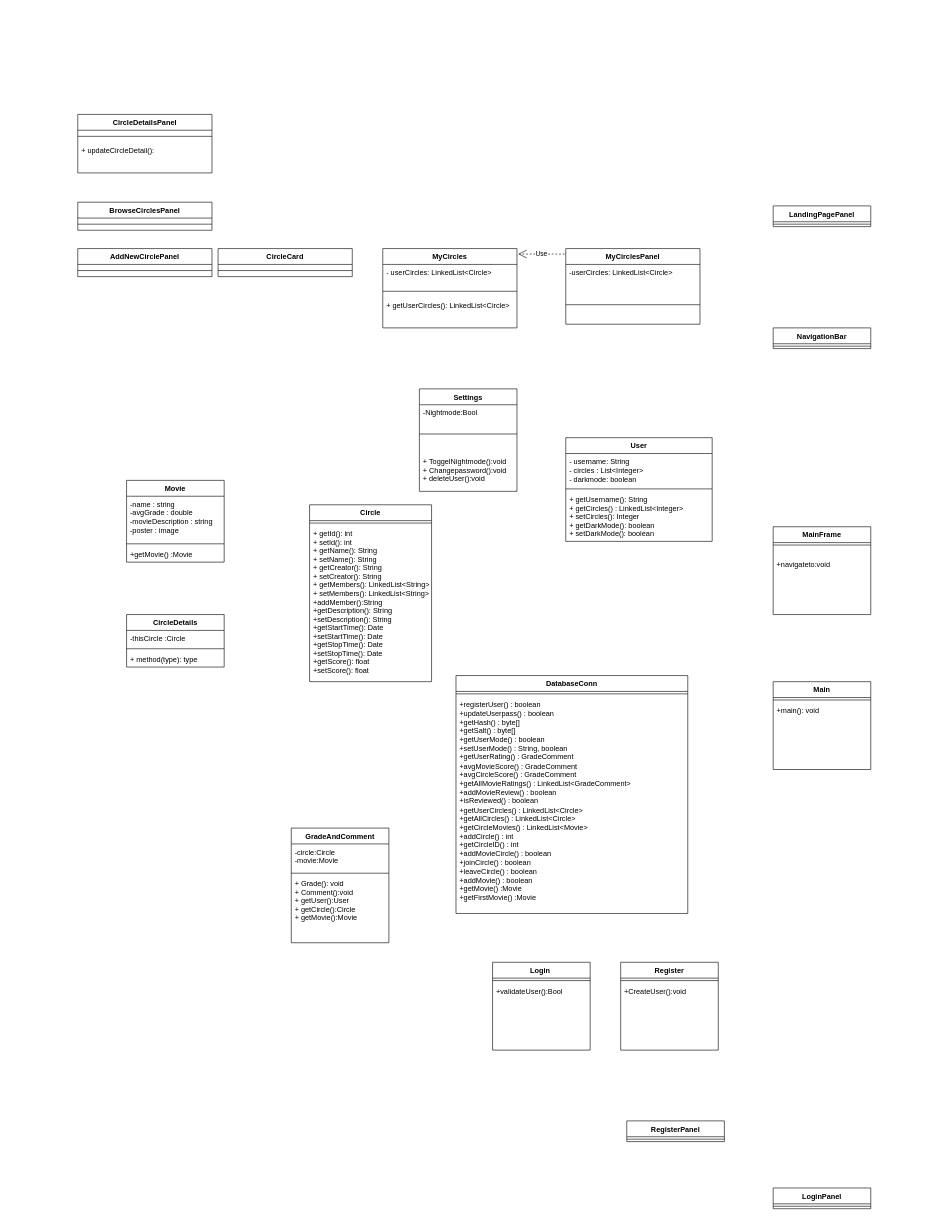
Earlier version of the draw.io diagram Diagrams/UML.drawio (johanbergfalk/DAT055_circles). Source tidied: cells renumbered, new cells numbered last; positions are measured from the earlier drawing's top-left corner, leaving out a move shared by most shapes. Both pictures are drawn from the tidied source at 61%, with x=0, y=0 at pixel (77, 114).
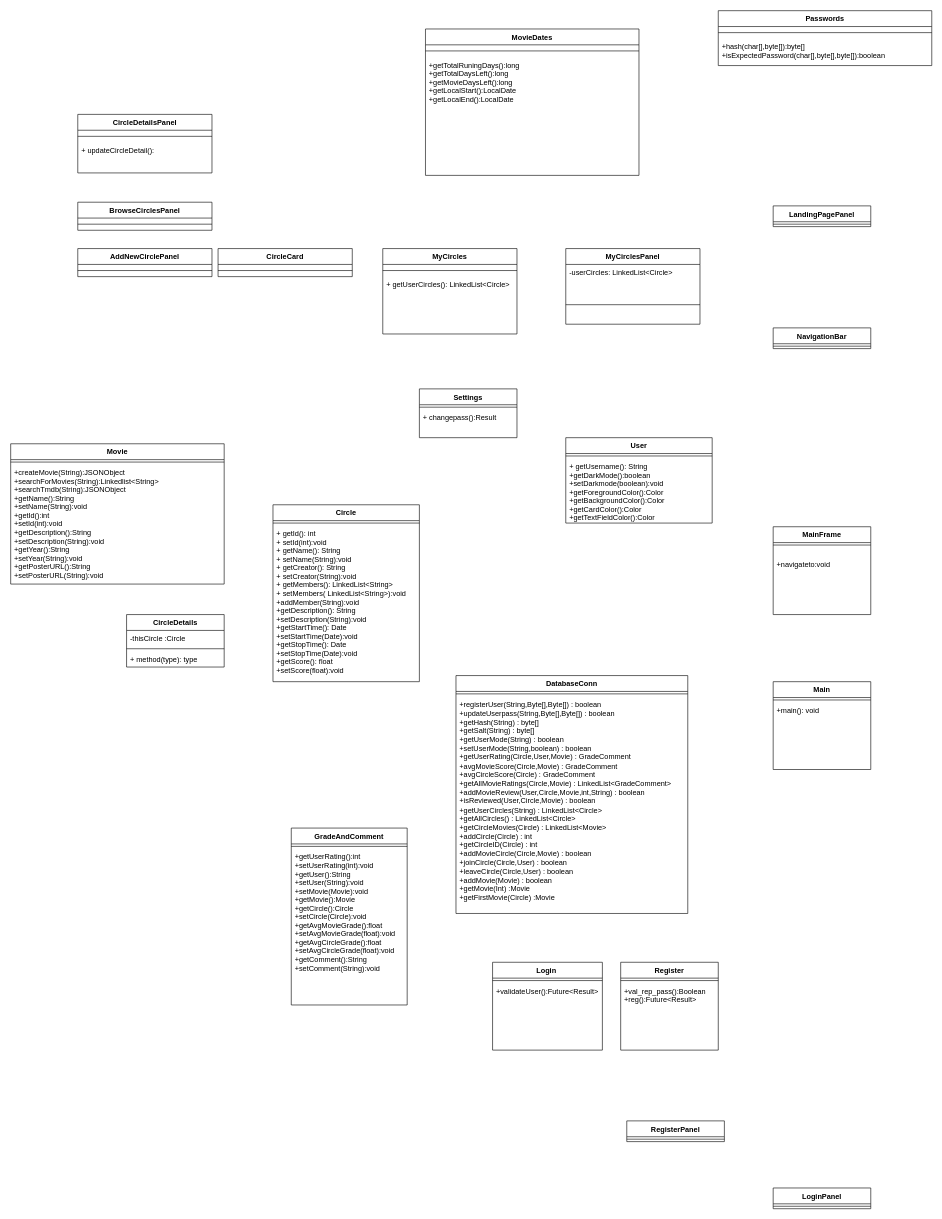
The same page after the edit.

Unchanged cells that the change refers to:
```xml
<mxCell id="2" value="DatabaseConn" style="swimlane;fontStyle=1;align=center;verticalAlign=top;horizontal=1;startSize=26;" parent="1" vertex="1">
  <mxGeometry x="620" y="920" width="380" height="390" as="geometry" />
</mxCell>
<mxCell id="38" value="Register" style="swimlane;fontStyle=1;align=center;verticalAlign=top;horizontal=1;startSize=26;" parent="1" vertex="1">
  <mxGeometry x="890" y="1390" width="160" height="144" as="geometry" />
</mxCell>
```

What changed in the source:
```diff
@@
-    <mxCell id="4" value="+registerUser() : boolean&#10;+updateUserpass() : boolean&#10;+getHash() : byte[]&#10;+getSalt() : byte[]&#10;+getUserMode() : boolean&#10;+setUserMode() : String, boolean&#10;+getUserRating() : GradeComment&#10;+avgMovieScore() : GradeComment&#10;+avgCircleScore() : GradeComment&#10;+getAllMovieRatings() : LinkedList&lt;GradeComment&gt;&#10;+addMovieReview() : boolean&#10;+isReviewed() : boolean&#10;+getUserCircles() : LinkedList&lt;Circle&gt;&#10;+getAllCircles() : LinkedList&lt;Circle&gt;&#10;+getCircleMovies() : LinkedList&lt;Movie&gt;&#10;+addCircle() : int&#10;+getCircleID() : int&#10;+addMovieCircle() : boolean&#10;+joinCircle() : boolean&#10;+leaveCircle() : boolean&#10;+addMovie() : boolean&#10;+getMovie() :Movie&#10;+getFirstMovie() :Movie&#10;&#10;&#10;&#10;" style="text;strokeColor=none;fillColor=none;align=left;verticalAlign=top;spacingLeft=4;spacingRight=4;overflow=hidden;whiteSpace=wrap;" parent="2" vertex="1">
+    <mxCell id="4" value="+registerUser(String,Byte[],Byte[]) : boolean&#10;+updateUserpass(String,Byte[],Byte[]) : boolean&#10;+getHash(String) : byte[]&#10;+getSalt(String) : byte[]&#10;+getUserMode(String) : boolean&#10;+setUserMode(String,boolean) : boolean&#10;+getUserRating(Circle,User,Movie) : GradeComment&#10;+avgMovieScore(Circle,Movie) : GradeComment&#10;+avgCircleScore(Circle) : GradeComment&#10;+getAllMovieRatings(Circle,Movie) : LinkedList&lt;GradeComment&gt;&#10;+addMovieReview(User,Circle,Movie,int,String) : boolean&#10;+isReviewed(User,Circle,Movie) : boolean&#10;+getUserCircles(String) : LinkedList&lt;Circle&gt;&#10;+getAllCircles() : LinkedList&lt;Circle&gt;&#10;+getCircleMovies(Circle) : LinkedList&lt;Movie&gt;&#10;+addCircle(Circle) : int&#10;+getCircleID(Circle) : int&#10;+addMovieCircle(Circle,Movie) : boolean&#10;+joinCircle(Circle,User) : boolean&#10;+leaveCircle(Circle,User) : boolean&#10;+addMovie(Movie) : boolean&#10;+getMovie(Int) :Movie&#10;+getFirstMovie(Circle) :Movie&#10;&#10;&#10;&#10;" style="text;strokeColor=none;fillColor=none;align=left;verticalAlign=top;spacingLeft=4;spacingRight=4;overflow=hidden;whiteSpace=wrap;" parent="2" vertex="1">
       <mxGeometry y="34" width="380" height="356" as="geometry" />
     </mxCell>
     <mxCell id="5" value="Circle" style="swimlane;fontStyle=1;align=center;verticalAlign=top;horizontal=1;startSize=26;" parent="1" vertex="1">
-      <mxGeometry x="380" y="640" width="200" height="290" as="geometry" />
+      <mxGeometry x="320" y="640" width="240" height="290" as="geometry" />
     </mxCell>
     <mxCell id="6" style="line;strokeWidth=1;fillColor=none;align=left;verticalAlign=middle;spacingTop=-1;spacingLeft=3;spacingRight=3;labelPosition=right;" parent="5" vertex="1">
-      <mxGeometry y="26" width="200" height="8" as="geometry" />
+      <mxGeometry y="26" width="240" height="8" as="geometry" />
     </mxCell>
-    <mxCell id="7" value="+ getId(): int&#10;+ setId(): int&#10;+ getName(): String&#10;+ setName(): String&#10;+ getCreator(): String&#10;+ setCreator(): String&#10;+ getMembers(): LinkedList&lt;String&gt;&#10;+ setMembers(): LinkedList&lt;String&gt;&#10;+addMember():String&#10;+getDescription(): String&#10;+setDescription(): String&#10;+getStartTime(): Date&#10;+setStartTime(): Date&#10;+getStopTime(): Date&#10;+setStopTime(): Date&#10;+getScore(): float&#10;+setScore(): float&#10;" style="text;strokeColor=none;fillColor=none;align=left;verticalAlign=top;spacingLeft=4;spacingRight=4;overflow=hidden;" parent="5" vertex="1">
-      <mxGeometry y="34" width="200" height="256" as="geometry" />
+    <mxCell id="7" value="+ getId(): int&#10;+ setId(int):void&#10;+ getName(): String&#10;+ setName(String):void&#10;+ getCreator(): String&#10;+ setCreator(String):void&#10;+ getMembers(): LinkedList&lt;String&gt;&#10;+ setMembers( LinkedList&lt;String&gt;):void&#10;+addMember(String):void&#10;+getDescription(): String&#10;+setDescription(String):void&#10;+getStartTime(): Date&#10;+setStartTime(Date):void&#10;+getStopTime(): Date&#10;+setStopTime(Date):void&#10;+getScore(): float&#10;+setScore(float):void&#10;" style="text;strokeColor=none;fillColor=none;align=left;verticalAlign=top;spacingLeft=4;spacingRight=4;overflow=hidden;" parent="5" vertex="1">
+      <mxGeometry y="34" width="240" height="256" as="geometry" />
     </mxCell>
     <mxCell id="8" value="MyCircles" style="swimlane;fontStyle=1;align=center;verticalAlign=top;horizontal=1;startSize=26;" parent="1" vertex="1">
-      <mxGeometry x="500" y="220" width="220" height="130" as="geometry" />
+      <mxGeometry x="500" y="220" width="220" height="140" as="geometry" />
     </mxCell>
-    <mxCell id="9" value="- userCircles: LinkedList&lt;Circle&gt; &#10;" style="text;strokeColor=none;fillColor=none;align=left;verticalAlign=top;spacingLeft=4;spacingRight=4;overflow=hidden;" parent="8" vertex="1">
-      <mxGeometry y="26" width="220" height="34" as="geometry" />
-    </mxCell>
     <mxCell id="10" style="line;strokeWidth=1;fillColor=none;align=left;verticalAlign=middle;spacingTop=-1;spacingLeft=3;spacingRight=3;labelPosition=right;" parent="8" vertex="1">
-      <mxGeometry y="60" width="220" height="20" as="geometry" />
+      <mxGeometry y="26" width="220" height="20" as="geometry" />
     </mxCell>
-    <mxCell id="11" value="+ getUserCircles(): LinkedList&lt;Circle&gt;" style="text;strokeColor=none;fillColor=none;align=left;verticalAlign=top;spacingLeft=4;spacingRight=4;overflow=hidden;" parent="8" vertex="1">
-      <mxGeometry y="80" width="220" height="50" as="geometry" />
+    <mxCell id="11" value="+ getUserCircles(): LinkedList&lt;Circle&gt;&#10;" style="text;strokeColor=none;fillColor=none;align=left;verticalAlign=top;spacingLeft=4;spacingRight=4;overflow=hidden;" parent="8" vertex="1">
+      <mxGeometry y="46" width="220" height="94" as="geometry" />
     </mxCell>
     <mxCell id="12" value="Movie" style="swimlane;fontStyle=1;align=center;verticalAlign=top;horizontal=1;startSize=26;" parent="1" vertex="1">
-      <mxGeometry x="80" y="600" width="160" height="134" as="geometry" />
+      <mxGeometry x="-110" y="540" width="350" height="230" as="geometry" />
     </mxCell>
-    <mxCell id="13" value="-name : string&#10;-avgGrade : double&#10;-movieDescription : string&#10;-poster : image" style="text;strokeColor=none;fillColor=none;align=left;verticalAlign=top;spacingLeft=4;spacingRight=4;overflow=hidden;" parent="12" vertex="1">
-      <mxGeometry y="26" width="160" height="74" as="geometry" />
-    </mxCell>
     <mxCell id="14" style="line;strokeWidth=1;fillColor=none;align=left;verticalAlign=middle;spacingTop=-1;spacingLeft=3;spacingRight=3;labelPosition=right;" parent="12" vertex="1">
-      <mxGeometry y="100" width="160" height="8" as="geometry" />
+      <mxGeometry y="26" width="350" height="8" as="geometry" />
     </mxCell>
-    <mxCell id="15" value="+getMovie() :Movie" style="text;strokeColor=none;fillColor=none;align=left;verticalAlign=top;spacingLeft=4;spacingRight=4;overflow=hidden;" parent="12" vertex="1">
-      <mxGeometry y="108" width="160" height="26" as="geometry" />
+    <mxCell id="15" value="+createMovie(String):JSONObject&#10;+searchForMovies(String):Linkedlist&lt;String&gt;&#10;+searchTmdb(String):JSONObject&#10;+getName():String&#10;+setName(String):void&#10;+getId():int&#10;+setId(int):void&#10;+getDescription():String&#10;+setDescription(String):void&#10;+getYear():String&#10;+setYear(String):void&#10;+getPosterURL():String&#10;+setPosterURL(String):void&#10;" style="text;strokeColor=none;fillColor=none;align=left;verticalAlign=top;spacingLeft=4;spacingRight=4;overflow=hidden;" parent="12" vertex="1">
+      <mxGeometry y="34" width="350" height="196" as="geometry" />
     </mxCell>
@@
     <mxCell id="20" value="GradeAndComment" style="swimlane;fontStyle=1;align=center;verticalAlign=top;horizontal=1;startSize=26;" parent="1" vertex="1">
-      <mxGeometry x="350" y="1170" width="160" height="188" as="geometry" />
+      <mxGeometry x="350" y="1170" width="190" height="290" as="geometry" />
     </mxCell>
-    <mxCell id="21" value="-circle:Circle&#10;-movie:Movie" style="text;strokeColor=none;fillColor=none;align=left;verticalAlign=top;spacingLeft=4;spacingRight=4;overflow=hidden;" parent="20" vertex="1">
-      <mxGeometry y="26" width="160" height="44" as="geometry" />
-    </mxCell>
     <mxCell id="22" style="line;strokeWidth=1;fillColor=none;align=left;verticalAlign=middle;spacingTop=-1;spacingLeft=3;spacingRight=3;labelPosition=right;" parent="20" vertex="1">
-      <mxGeometry y="70" width="160" height="8" as="geometry" />
+      <mxGeometry y="26" width="190" height="8" as="geometry" />
     </mxCell>
-    <mxCell id="23" value="+ Grade(): void&#10;+ Comment():void&#10;+ getUser():User&#10;+ getCircle():Circle&#10;+ getMovie():Movie" style="text;strokeColor=none;fillColor=none;align=left;verticalAlign=top;spacingLeft=4;spacingRight=4;overflow=hidden;" parent="20" vertex="1">
-      <mxGeometry y="78" width="160" height="110" as="geometry" />
+    <mxCell id="23" value="+getUserRating():int&#10;+setUserRating(int):void&#10;+getUser():String&#10;+setUser(String):void&#10;+setMovie(Movie):void&#10;+getMovie():Movie&#10;+getCircle():Circle&#10;+setCircle(Circle):void&#10;+getAvgMovieGrade():float&#10;+setAvgMovieGrade(float):void&#10;+getAvgCircleGrade():float&#10;+setAvgCircleGrade(float):void&#10;+getComment():String&#10;+setComment(String):void&#10;" style="text;strokeColor=none;fillColor=none;align=left;verticalAlign=top;spacingLeft=4;spacingRight=4;overflow=hidden;" parent="20" vertex="1">
+      <mxGeometry y="34" width="190" height="256" as="geometry" />
     </mxCell>
     <mxCell id="24" value="Settings" style="swimlane;fontStyle=1;align=center;verticalAlign=top;horizontal=1;startSize=26;" parent="1" vertex="1">
-      <mxGeometry x="560" y="450" width="160" height="168" as="geometry" />
+      <mxGeometry x="560" y="450" width="160" height="80" as="geometry" />
     </mxCell>
-    <mxCell id="25" value="-Nightmode:Bool&#10;" style="text;strokeColor=none;fillColor=none;align=left;verticalAlign=top;spacingLeft=4;spacingRight=4;overflow=hidden;" parent="24" vertex="1">
-      <mxGeometry y="26" width="160" height="44" as="geometry" />
-    </mxCell>
     <mxCell id="26" style="line;strokeWidth=1;fillColor=none;align=left;verticalAlign=middle;spacingTop=-1;spacingLeft=3;spacingRight=3;labelPosition=right;" parent="24" vertex="1">
-      <mxGeometry y="70" width="160" height="8" as="geometry" />
+      <mxGeometry y="26" width="160" height="8" as="geometry" />
     </mxCell>
-    <mxCell id="27" value="&#10;&#10;+ ToggelNightmode():void&#10;+ Changepassword():void&#10;+ deleteUser():void&#10;" style="text;strokeColor=none;fillColor=none;align=left;verticalAlign=top;spacingLeft=4;spacingRight=4;overflow=hidden;" parent="24" vertex="1">
-      <mxGeometry y="78" width="160" height="90" as="geometry" />
+    <mxCell id="27" value="+ changepass():Result&#10;&#10;" style="text;strokeColor=none;fillColor=none;align=left;verticalAlign=top;spacingLeft=4;spacingRight=4;overflow=hidden;" parent="24" vertex="1">
+      <mxGeometry y="34" width="160" height="46" as="geometry" />
     </mxCell>
     <mxCell id="28" value="User" style="swimlane;fontStyle=1;align=center;verticalAlign=top;horizontal=1;startSize=26;" parent="1" vertex="1">
-      <mxGeometry x="800" y="530" width="240" height="170" as="geometry" />
+      <mxGeometry x="800" y="530" width="240" height="140" as="geometry" />
     </mxCell>
-    <mxCell id="29" value="- username: String&#10;- circles : List&lt;Integer&gt;&#10;- darkmode: boolean" style="text;strokeColor=none;fillColor=none;align=left;verticalAlign=top;spacingLeft=4;spacingRight=4;overflow=hidden;whiteSpace=wrap;" parent="28" vertex="1">
-      <mxGeometry y="26" width="240" height="54" as="geometry" />
-    </mxCell>
     <mxCell id="30" style="line;strokeWidth=1;fillColor=none;align=left;verticalAlign=middle;spacingTop=-1;spacingLeft=3;spacingRight=3;labelPosition=right;" parent="28" vertex="1">
-      <mxGeometry y="80" width="240" height="8" as="geometry" />
+      <mxGeometry y="26" width="240" height="8" as="geometry" />
     </mxCell>
-    <mxCell id="31" value="+ getUsername(): String&#10;+ getCircles() : LinkedList&lt;Integer&gt; &#10;+ setCircles(): Integer&#10;+ getDarkMode(): boolean&#10;+ setDarkMode(): boolean&#10;" style="text;strokeColor=none;fillColor=none;align=left;verticalAlign=top;spacingLeft=4;spacingRight=4;overflow=hidden;" parent="28" vertex="1">
-      <mxGeometry y="88" width="240" height="82" as="geometry" />
+    <mxCell id="31" value="+ getUsername(): String&#10;+getDarkMode():boolean&#10;+setDarkmode(boolean):void&#10;+getForegroundColor():Color&#10;+getBackgroundColor():Color&#10;+getCardColor():Color&#10;+getTextFieldColor():Color&#10;" style="text;strokeColor=none;fillColor=none;align=left;verticalAlign=top;spacingLeft=4;spacingRight=4;overflow=hidden;" parent="28" vertex="1">
+      <mxGeometry y="34" width="240" height="106" as="geometry" />
     </mxCell>
@@
     <mxCell id="35" value="Login " style="swimlane;fontStyle=1;align=center;verticalAlign=top;horizontal=1;startSize=26;" parent="1" vertex="1">
-      <mxGeometry x="680" y="1390" width="160" height="144" as="geometry" />
+      <mxGeometry x="680" y="1390" width="180" height="144" as="geometry" />
     </mxCell>
     <mxCell id="36" style="line;strokeWidth=1;fillColor=none;align=left;verticalAlign=middle;spacingTop=-1;spacingLeft=3;spacingRight=3;labelPosition=right;" parent="35" vertex="1">
-      <mxGeometry y="26" width="160" height="8" as="geometry" />
+      <mxGeometry y="26" width="180" height="8" as="geometry" />
     </mxCell>
-    <mxCell id="37" value="+validateUser():Bool" style="text;strokeColor=none;fillColor=none;align=left;verticalAlign=top;spacingLeft=4;spacingRight=4;overflow=hidden;" parent="35" vertex="1">
-      <mxGeometry y="34" width="160" height="110" as="geometry" />
+    <mxCell id="37" value="+validateUser():Future&lt;Result&gt;" style="text;strokeColor=none;fillColor=none;align=left;verticalAlign=top;spacingLeft=4;spacingRight=4;overflow=hidden;" parent="35" vertex="1">
+      <mxGeometry y="34" width="180" height="110" as="geometry" />
     </mxCell>
@@
-    <mxCell id="40" value="+CreateUser():void " style="text;strokeColor=none;fillColor=none;align=left;verticalAlign=top;spacingLeft=4;spacingRight=4;overflow=hidden;" parent="38" vertex="1">
+    <mxCell id="40" value="+val_rep_pass():Boolean&#10;+reg():Future&lt;Result&gt;" style="text;strokeColor=none;fillColor=none;align=left;verticalAlign=top;spacingLeft=4;spacingRight=4;overflow=hidden;" parent="38" vertex="1">
       <mxGeometry y="34" width="160" height="110" as="geometry" />
     </mxCell>
@@
-    <mxCell id="48" value="Use" style="endArrow=open;endSize=12;dashed=1;html=1;rounded=0;entryX=1.009;entryY=0.069;entryDx=0;entryDy=0;entryPerimeter=0;" parent="1" edge="1" target="8">
-      <mxGeometry relative="1" as="geometry">
-        <mxPoint x="798" y="229" as="sourcePoint" />
-      </mxGeometry>
-    </mxCell>
@@
+    <mxCell id="65" value="MovieDates" style="swimlane;fontStyle=1;align=center;verticalAlign=top;horizontal=1;startSize=26;" parent="1" vertex="1">
+      <mxGeometry x="570" y="-140" width="350" height="240" as="geometry" />
+    </mxCell>
+    <mxCell id="66" style="line;strokeWidth=1;fillColor=none;align=left;verticalAlign=middle;spacingTop=-1;spacingLeft=3;spacingRight=3;labelPosition=right;" parent="65" vertex="1">
+      <mxGeometry y="26" width="350" height="20" as="geometry" />
+    </mxCell>
+    <mxCell id="67" value="+getTotalRuningDays():long&#10;+getTotalDaysLeft():long&#10;+getMovieDaysLeft():long&#10;+getLocalStart():LocalDate&#10;+getLocalEnd():LocalDate&#10;" style="text;strokeColor=none;fillColor=none;align=left;verticalAlign=top;spacingLeft=4;spacingRight=4;overflow=hidden;" parent="65" vertex="1">
+      <mxGeometry y="46" width="350" height="194" as="geometry" />
+    </mxCell>
+    <mxCell id="68" value="Passwords" style="swimlane;fontStyle=1;align=center;verticalAlign=top;horizontal=1;startSize=26;" parent="1" vertex="1">
+      <mxGeometry x="1050" y="-170" width="350" height="90" as="geometry" />
+    </mxCell>
+    <mxCell id="69" style="line;strokeWidth=1;fillColor=none;align=left;verticalAlign=middle;spacingTop=-1;spacingLeft=3;spacingRight=3;labelPosition=right;" parent="68" vertex="1">
+      <mxGeometry y="26" width="350" height="20" as="geometry" />
+    </mxCell>
+    <mxCell id="70" value="+hash(char[],byte[]):byte[]&#10;+isExpectedPassword(char[],byte[],byte[]):boolean&#10;" style="text;strokeColor=none;fillColor=none;align=left;verticalAlign=top;spacingLeft=4;spacingRight=4;overflow=hidden;" parent="68" vertex="1">
+      <mxGeometry y="46" width="350" height="44" as="geometry" />
+    </mxCell>
```
